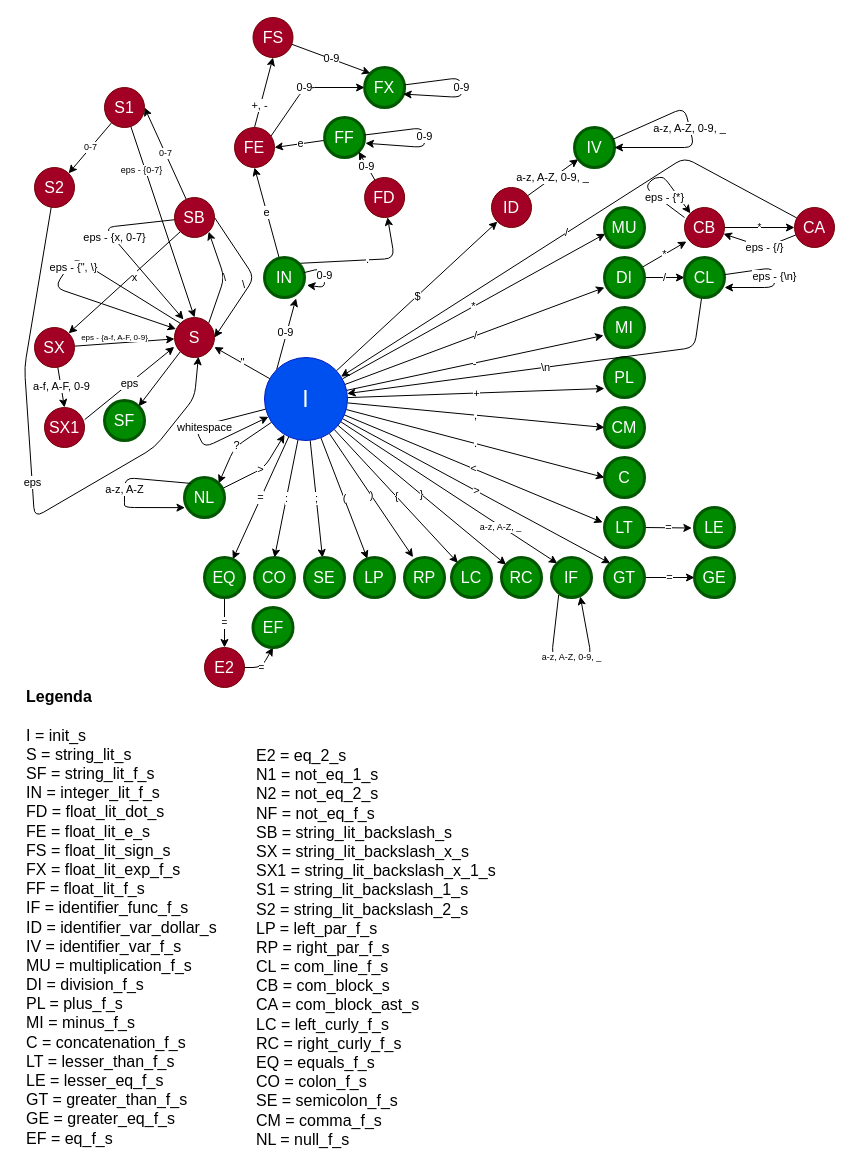
Above: automat.drawio in vlccek/IFJ22 (draw.io), before the change. Source tidied: cells renumbered, new cells numbered last; positions are measured from the earlier drawing's top-left corner, leaving out a move shared by most shapes. Both pictures are drawn from the tidied source at 100%, with x=0, y=0 at pixel (24, 17).
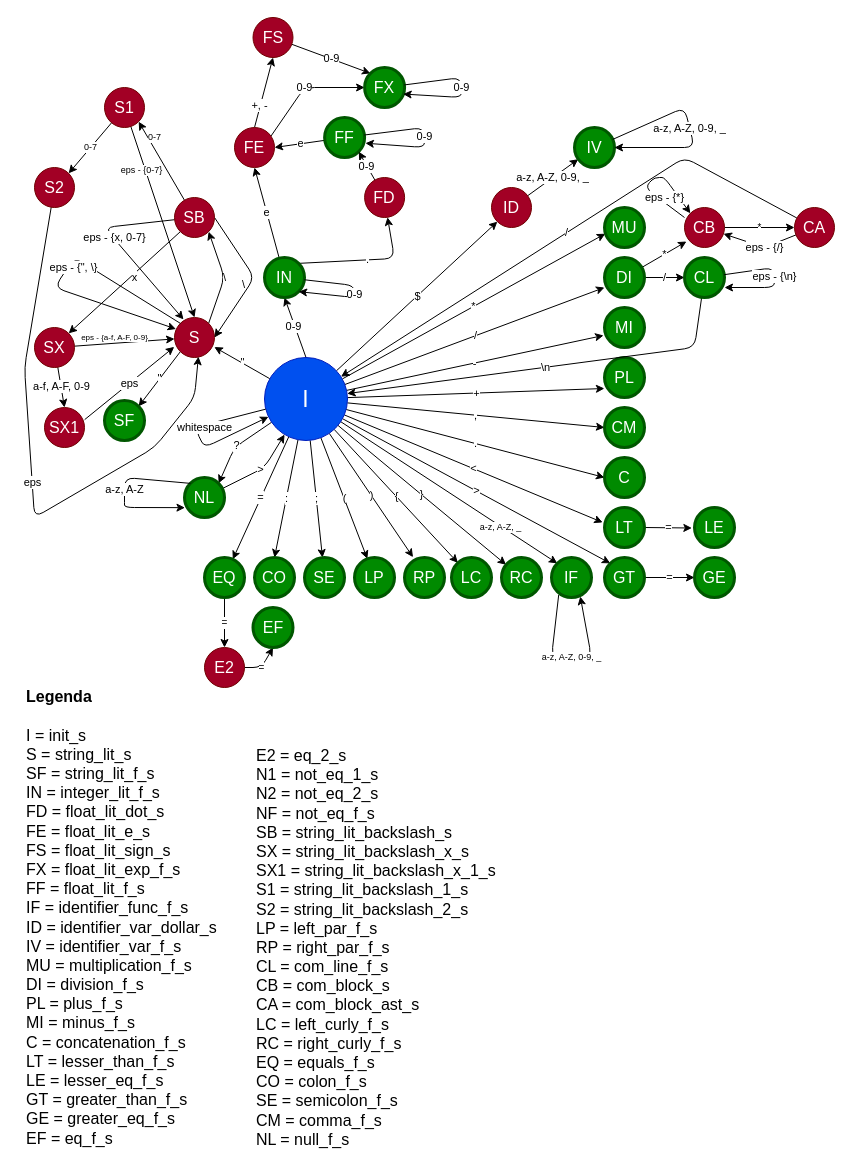
Above is the later version.

The change refers to these unchanged cells:
```xml
<mxCell id="22" value="I" style="ellipse;whiteSpace=wrap;html=1;strokeWidth=1;fontSize=23;fillColor=#0050ef;fontColor=#ffffff;strokeColor=#001DBC;" parent="1" vertex="1">
  <mxGeometry x="240" y="340" width="83" height="83" as="geometry" />
</mxCell>
<mxCell id="38" value="S" style="ellipse;whiteSpace=wrap;html=1;strokeWidth=1;fontSize=16;fillColor=#a20025;fontColor=#ffffff;strokeColor=#6F0000;" parent="1" vertex="1">
  <mxGeometry x="150" y="300" width="40" height="40" as="geometry" />
</mxCell>
<mxCell id="57" value="IN" style="ellipse;whiteSpace=wrap;html=1;fontSize=16;fontStyle=0;strokeWidth=3;perimeterSpacing=0;fillColor=#008a00;fontColor=#ffffff;strokeColor=#005700;" parent="1" vertex="1">
  <mxGeometry x="240" y="240" width="40" height="40" as="geometry" />
</mxCell>
<mxCell id="65" value="SB" style="ellipse;whiteSpace=wrap;html=1;strokeWidth=1;fontSize=16;fillColor=#a20025;fontColor=#ffffff;strokeColor=#6F0000;" parent="1" vertex="1">
  <mxGeometry x="150" y="180" width="40" height="40" as="geometry" />
</mxCell>
<mxCell id="83" value="S1" style="ellipse;whiteSpace=wrap;html=1;strokeWidth=1;fontSize=16;fillColor=#a20025;fontColor=#ffffff;strokeColor=#6F0000;" parent="1" vertex="1">
  <mxGeometry x="80" y="70" width="40" height="40" as="geometry" />
</mxCell>
<mxCell id="91" value="SF" style="ellipse;whiteSpace=wrap;html=1;fontSize=16;fontStyle=0;strokeWidth=3;perimeterSpacing=0;fillColor=#008a00;fontColor=#ffffff;strokeColor=#005700;" parent="1" vertex="1">
  <mxGeometry x="80" y="383" width="40" height="40" as="geometry" />
</mxCell>
```

What changed in the source:
```diff
@@
-    <mxCell id="20" value="0-9" style="edgeStyle=none;html=1;exitX=0;exitY=0;exitDx=0;exitDy=0;entryX=0.789;entryY=1.021;entryDx=0;entryDy=0;entryPerimeter=0;fontSize=11;" parent="1" edge="1" source="22" target="57">
+    <mxCell id="20" value="0-9" style="edgeStyle=none;html=1;exitX=0.5;exitY=0;exitDx=0;exitDy=0;entryX=0.5;entryY=1;entryDx=0;entryDy=0;fontSize=11;" parent="1" edge="1" source="22" target="57">
       <mxGeometry x="0.03" y="1" relative="1" as="geometry" />
     </mxCell>
@@
-    <mxCell id="37" style="edgeStyle=none;html=1;exitX=0;exitY=1;exitDx=0;exitDy=0;fontSize=16;entryX=1;entryY=0;entryDx=0;entryDy=0;" parent="1" edge="1" source="38" target="91">
+    <mxCell id="37" value="&quot;" style="edgeStyle=none;html=1;exitX=0;exitY=1;exitDx=0;exitDy=0;fontSize=11;entryX=1;entryY=0;entryDx=0;entryDy=0;" parent="1" edge="1" source="38" target="91">
       <mxGeometry relative="1" as="geometry" />
     </mxCell>
@@
-    <mxCell id="63" value="0-7" style="edgeStyle=none;html=1;entryX=1;entryY=0.5;entryDx=0;entryDy=0;fontSize=9;" parent="1" edge="1" source="65" target="83">
-      <mxGeometry relative="1" as="geometry" />
+    <mxCell id="63" value="0-7" style="edgeStyle=none;html=1;entryX=1;entryY=1;entryDx=0;entryDy=0;fontSize=9;" parent="1" edge="1" source="65" target="83">
+      <mxGeometry x="0.52" y="-6" relative="1" as="geometry" />
     </mxCell>
@@
-    <mxCell id="71" value="0-9" style="edgeStyle=none;html=1;entryX=1.061;entryY=0.693;entryDx=0;entryDy=0;entryPerimeter=0;fontSize=11;" parent="1" edge="1" source="57" target="57">
-      <mxGeometry relative="1" as="geometry" />
+    <mxCell id="71" value="0-9" style="edgeStyle=none;html=1;entryX=1;entryY=1;entryDx=0;entryDy=0;fontSize=11;" parent="1" edge="1" source="57" target="57">
+      <mxGeometry relative="1" as="geometry">
+        <Array as="points">
+          <mxPoint x="330" y="268" />
+          <mxPoint x="330" y="280" />
+        </Array>
+      </mxGeometry>
     </mxCell>
```
